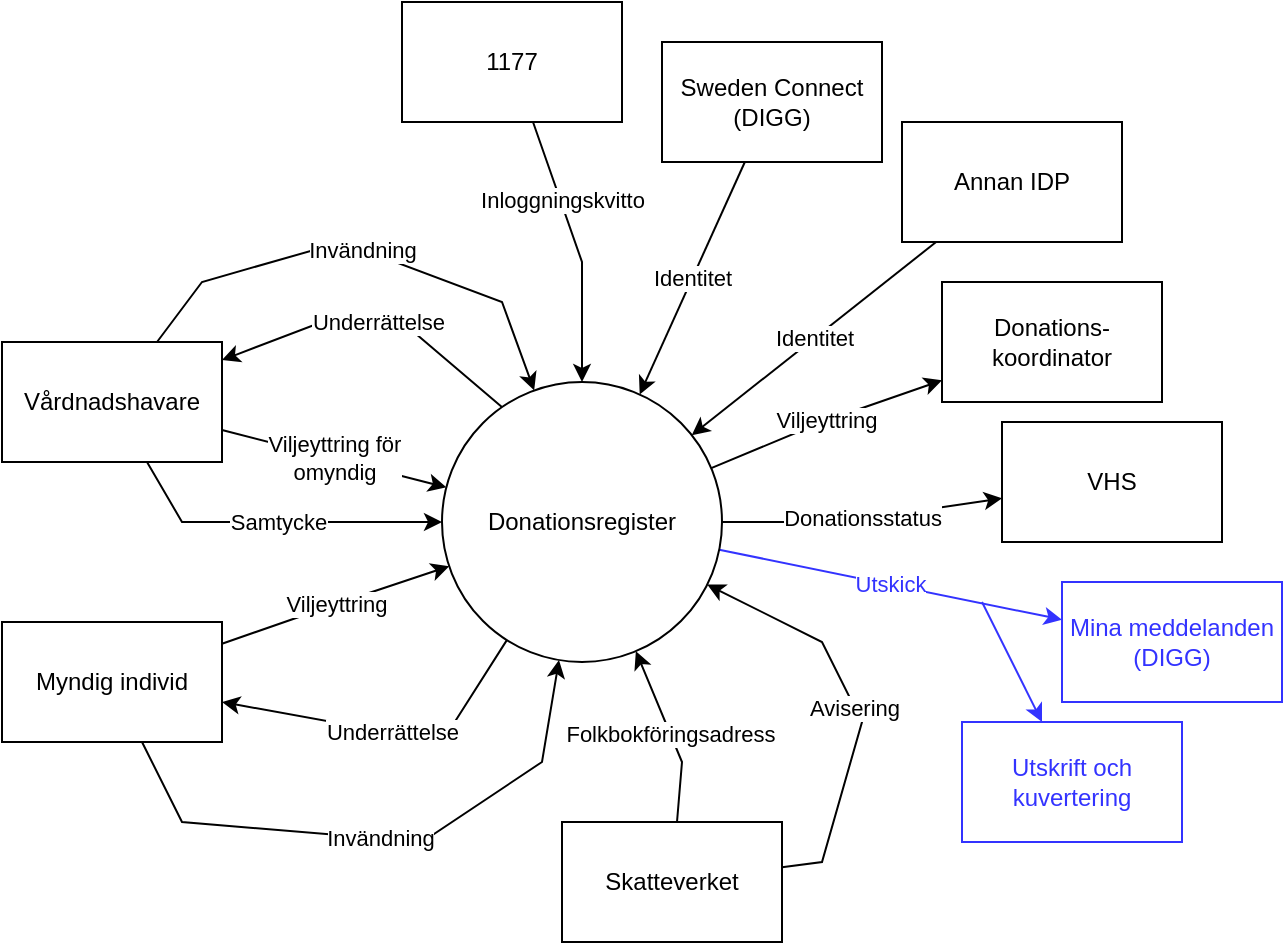
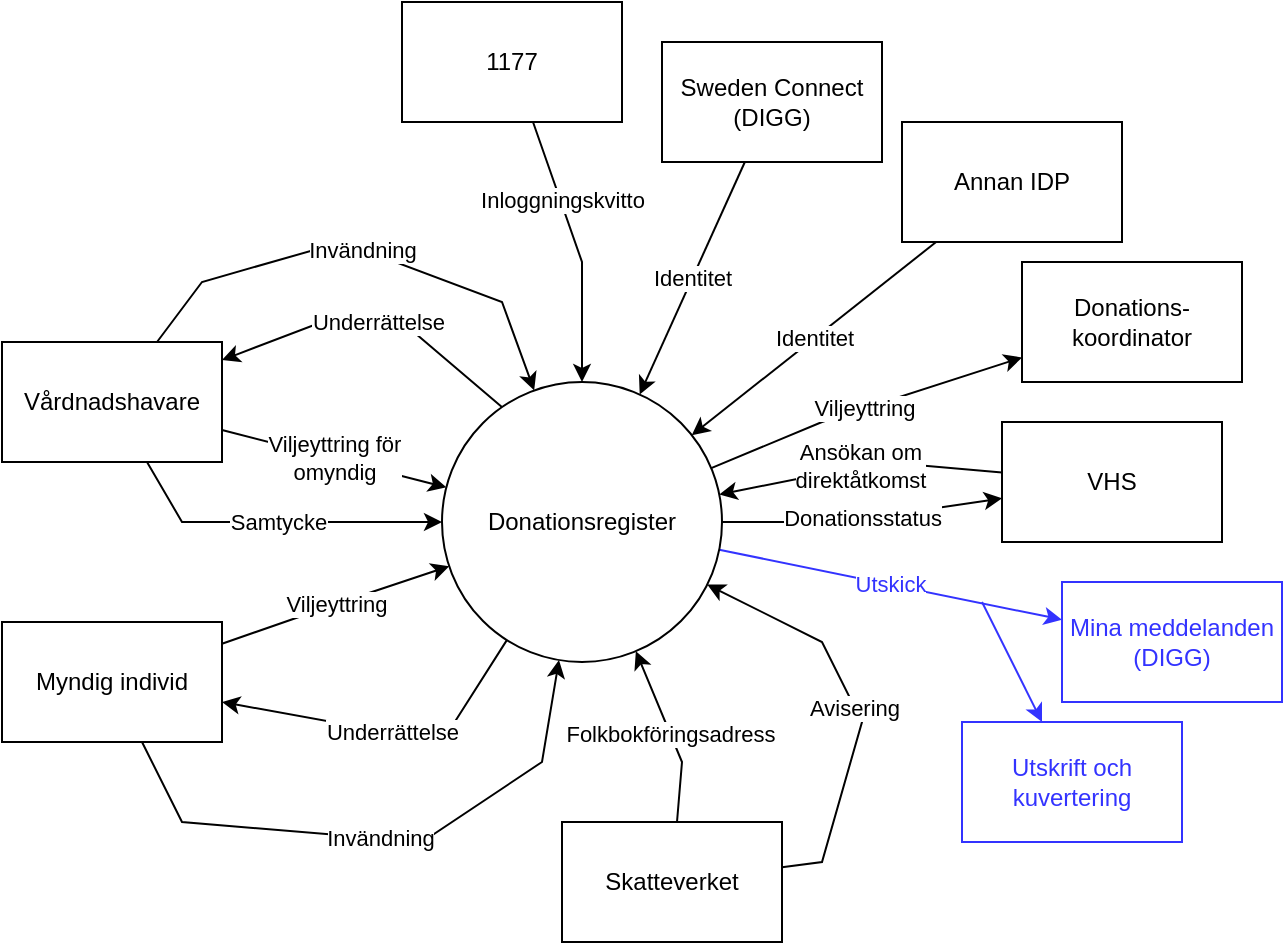
<mxfile host="app.diagrams.net">
  <diagram name="Sida-1" id="F3DC_KPKV7Cfi4B8QXFW">
    <mxGraphModel dx="945" dy="534" grid="1" gridSize="10" guides="1" tooltips="1" connect="1" arrows="1" fold="1" page="1" pageScale="1" pageWidth="1654" pageHeight="1169" math="0" shadow="0">
      <root>
        <mxCell id="0" />
        <mxCell id="1" parent="0" />
        <mxCell id="8-SjN_EHFgN-SorVCnXN-8" edge="1" parent="1" source="8-SjN_EHFgN-SorVCnXN-1" style="edgeStyle=none;shape=connector;rounded=0;orthogonalLoop=1;jettySize=auto;html=1;strokeColor=default;align=center;verticalAlign=middle;fontFamily=Helvetica;fontSize=11;fontColor=default;labelBackgroundColor=default;endArrow=classic;exitX=0.238;exitY=0.11;exitDx=0;exitDy=0;exitPerimeter=0;" target="8-SjN_EHFgN-SorVCnXN-2" value="Underrättelse">
          <mxGeometry relative="1" as="geometry">
            <Array as="points">
              <mxPoint x="270" y="300" />
              <mxPoint x="230" y="300" />
            </Array>
          </mxGeometry>
        </mxCell>
        <mxCell id="8-SjN_EHFgN-SorVCnXN-9" edge="1" parent="1" source="8-SjN_EHFgN-SorVCnXN-1" style="edgeStyle=none;shape=connector;rounded=0;orthogonalLoop=1;jettySize=auto;html=1;strokeColor=default;align=center;verticalAlign=middle;fontFamily=Helvetica;fontSize=11;fontColor=default;labelBackgroundColor=default;endArrow=classic;" target="8-SjN_EHFgN-SorVCnXN-4" value="Underrättelse">
          <mxGeometry relative="1" as="geometry">
            <Array as="points">
              <mxPoint x="290" y="510" />
            </Array>
          </mxGeometry>
        </mxCell>
        <mxCell id="vmO4fVELBJI4xzzginw8-5" edge="1" parent="1" source="8-SjN_EHFgN-SorVCnXN-1" style="edgeStyle=none;shape=connector;rounded=0;orthogonalLoop=1;jettySize=auto;html=1;strokeColor=default;align=center;verticalAlign=middle;fontFamily=Helvetica;fontSize=11;fontColor=default;labelBackgroundColor=default;endArrow=classic;" target="vmO4fVELBJI4xzzginw8-4" value="Donationsstatus">
          <mxGeometry relative="1" as="geometry">
            <Array as="points">
              <mxPoint x="490" y="400" />
            </Array>
          </mxGeometry>
        </mxCell>
        <mxCell id="vmO4fVELBJI4xzzginw8-6" edge="1" parent="1" source="8-SjN_EHFgN-SorVCnXN-1" style="edgeStyle=none;shape=connector;rounded=0;orthogonalLoop=1;jettySize=auto;html=1;strokeColor=default;align=center;verticalAlign=middle;fontFamily=Helvetica;fontSize=11;fontColor=default;labelBackgroundColor=default;endArrow=classic;" target="vmO4fVELBJI4xzzginw8-3" value="Viljeyttring">
          <mxGeometry relative="1" as="geometry">
            <Array as="points">
              <mxPoint x="480" y="350" />
            </Array>
          </mxGeometry>
        </mxCell>
        <mxCell id="vmO4fVELBJI4xzzginw8-18" edge="1" parent="1" source="8-SjN_EHFgN-SorVCnXN-1" style="edgeStyle=none;shape=connector;rounded=0;orthogonalLoop=1;jettySize=auto;html=1;strokeColor=#3333FF;align=center;verticalAlign=middle;fontFamily=Helvetica;fontSize=11;fontColor=#3333FF;labelBackgroundColor=default;endArrow=classic;" target="vmO4fVELBJI4xzzginw8-14" value="Utskick">
          <mxGeometry relative="1" as="geometry" />
        </mxCell>
        <mxCell id="vmO4fVELBJI4xzzginw8-19" edge="1" parent="1" style="edgeStyle=none;shape=connector;rounded=0;orthogonalLoop=1;jettySize=auto;html=1;strokeColor=#3333FF;align=center;verticalAlign=middle;fontFamily=Helvetica;fontSize=11;fontColor=#3333FF;labelBackgroundColor=default;endArrow=classic;" target="vmO4fVELBJI4xzzginw8-17">
          <mxGeometry relative="1" as="geometry">
            <mxPoint x="560" y="440" as="sourcePoint" />
          </mxGeometry>
        </mxCell>
        <mxCell id="8-SjN_EHFgN-SorVCnXN-1" parent="1" style="ellipse;whiteSpace=wrap;html=1;aspect=fixed;" value="Donationsregister" vertex="1">
          <mxGeometry height="140" width="140" x="290" y="330" as="geometry" />
        </mxCell>
        <mxCell id="8-SjN_EHFgN-SorVCnXN-5" edge="1" parent="1" source="8-SjN_EHFgN-SorVCnXN-2" style="rounded=0;orthogonalLoop=1;jettySize=auto;html=1;strokeColor=default;align=center;verticalAlign=middle;fontFamily=Helvetica;fontSize=11;fontColor=default;labelBackgroundColor=default;endArrow=classic;" target="8-SjN_EHFgN-SorVCnXN-1" value="Viljeyttring för&lt;div&gt;omyndig&lt;/div&gt;">
          <mxGeometry relative="1" as="geometry" />
        </mxCell>
        <mxCell id="vmO4fVELBJI4xzzginw8-1" edge="1" parent="1" source="8-SjN_EHFgN-SorVCnXN-2" style="edgeStyle=none;shape=connector;rounded=0;orthogonalLoop=1;jettySize=auto;html=1;strokeColor=default;align=center;verticalAlign=middle;fontFamily=Helvetica;fontSize=11;fontColor=default;labelBackgroundColor=default;endArrow=classic;curved=0;" target="8-SjN_EHFgN-SorVCnXN-1" value="Invändning">
          <mxGeometry relative="1" as="geometry">
            <Array as="points">
              <mxPoint x="170" y="280" />
              <mxPoint x="240" y="260" />
              <mxPoint x="320" y="290" />
            </Array>
          </mxGeometry>
        </mxCell>
        <mxCell id="vmO4fVELBJI4xzzginw8-29" edge="1" parent="1" source="8-SjN_EHFgN-SorVCnXN-2" style="edgeStyle=none;shape=connector;rounded=0;orthogonalLoop=1;jettySize=auto;html=1;strokeColor=default;align=center;verticalAlign=middle;fontFamily=Helvetica;fontSize=11;fontColor=default;labelBackgroundColor=default;endArrow=classic;" target="8-SjN_EHFgN-SorVCnXN-1" value="Samtycke">
          <mxGeometry relative="1" as="geometry">
            <Array as="points">
              <mxPoint x="160" y="400" />
            </Array>
          </mxGeometry>
        </mxCell>
        <mxCell id="8-SjN_EHFgN-SorVCnXN-2" parent="1" style="rounded=0;whiteSpace=wrap;html=1;" value="Vårdnadshavare" vertex="1">
          <mxGeometry height="60" width="110" x="70" y="310" as="geometry" />
        </mxCell>
        <mxCell id="8-SjN_EHFgN-SorVCnXN-7" edge="1" parent="1" source="8-SjN_EHFgN-SorVCnXN-4" style="shape=connector;rounded=0;orthogonalLoop=1;jettySize=auto;html=1;strokeColor=default;align=center;verticalAlign=middle;fontFamily=Helvetica;fontSize=11;fontColor=default;labelBackgroundColor=default;endArrow=classic;" target="8-SjN_EHFgN-SorVCnXN-1" value="Viljeyttring">
          <mxGeometry relative="1" as="geometry">
            <Array as="points">
              <mxPoint x="240" y="440" />
            </Array>
          </mxGeometry>
        </mxCell>
        <mxCell id="vmO4fVELBJI4xzzginw8-2" edge="1" parent="1" source="8-SjN_EHFgN-SorVCnXN-4" style="edgeStyle=none;shape=connector;rounded=0;orthogonalLoop=1;jettySize=auto;html=1;strokeColor=default;align=center;verticalAlign=middle;fontFamily=Helvetica;fontSize=11;fontColor=default;labelBackgroundColor=default;endArrow=classic;" target="8-SjN_EHFgN-SorVCnXN-1" value="Invändning">
          <mxGeometry relative="1" as="geometry">
            <Array as="points">
              <mxPoint x="160" y="550" />
              <mxPoint x="280" y="560" />
              <mxPoint x="340" y="520" />
            </Array>
          </mxGeometry>
        </mxCell>
        <mxCell id="8-SjN_EHFgN-SorVCnXN-4" parent="1" style="rounded=0;whiteSpace=wrap;html=1;" value="Myndig individ" vertex="1">
          <mxGeometry height="60" width="110" x="70" y="450" as="geometry" />
        </mxCell>
        <mxCell id="vmO4fVELBJI4xzzginw8-3" parent="1" style="rounded=0;whiteSpace=wrap;html=1;" value="Donations-&lt;span style=&quot;background-color: transparent; color: light-dark(rgb(0, 0, 0), rgb(255, 255, 255));&quot;&gt;koordinator&lt;/span&gt;" vertex="1">
-           <mxGeometry height="60" width="110" x="540" y="280" as="geometry" />
+           <mxGeometry height="60" width="110" x="580" y="270" as="geometry" />
+         </mxCell>
+         <mxCell id="vmO4fVELBJI4xzzginw8-30" edge="1" parent="1" source="vmO4fVELBJI4xzzginw8-4" style="edgeStyle=none;shape=connector;rounded=0;orthogonalLoop=1;jettySize=auto;html=1;strokeColor=default;align=center;verticalAlign=middle;fontFamily=Helvetica;fontSize=11;fontColor=default;labelBackgroundColor=default;endArrow=classic;" target="8-SjN_EHFgN-SorVCnXN-1" value="Ansökan om&lt;div&gt;direktåtkomst&lt;/div&gt;">
+           <mxGeometry relative="1" as="geometry">
+             <Array as="points">
+               <mxPoint x="510" y="370" />
+             </Array>
+           </mxGeometry>
        </mxCell>
        <mxCell id="vmO4fVELBJI4xzzginw8-4" parent="1" style="rounded=0;whiteSpace=wrap;html=1;" value="VHS" vertex="1">
          <mxGeometry height="60" width="110" x="570" y="350" as="geometry" />
        </mxCell>
        <mxCell id="vmO4fVELBJI4xzzginw8-9" edge="1" parent="1" source="vmO4fVELBJI4xzzginw8-7" style="edgeStyle=none;shape=connector;rounded=0;orthogonalLoop=1;jettySize=auto;html=1;strokeColor=default;align=center;verticalAlign=middle;fontFamily=Helvetica;fontSize=11;fontColor=default;labelBackgroundColor=default;endArrow=classic;" target="8-SjN_EHFgN-SorVCnXN-1" value="Folkbokföringsadress">
          <mxGeometry relative="1" as="geometry">
            <Array as="points">
              <mxPoint x="410" y="520" />
            </Array>
          </mxGeometry>
        </mxCell>
        <mxCell id="vmO4fVELBJI4xzzginw8-16" edge="1" parent="1" source="vmO4fVELBJI4xzzginw8-7" style="edgeStyle=none;shape=connector;rounded=0;orthogonalLoop=1;jettySize=auto;html=1;strokeColor=default;align=center;verticalAlign=middle;fontFamily=Helvetica;fontSize=11;fontColor=default;labelBackgroundColor=default;endArrow=classic;" target="8-SjN_EHFgN-SorVCnXN-1" value="Avisering">
          <mxGeometry relative="1" as="geometry">
            <Array as="points">
              <mxPoint x="480" y="570" />
              <mxPoint x="500" y="500" />
              <mxPoint x="480" y="460" />
            </Array>
          </mxGeometry>
        </mxCell>
        <mxCell id="vmO4fVELBJI4xzzginw8-7" parent="1" style="rounded=0;whiteSpace=wrap;html=1;" value="Skatteverket" vertex="1">
          <mxGeometry height="60" width="110" x="350" y="550" as="geometry" />
        </mxCell>
        <mxCell id="vmO4fVELBJI4xzzginw8-11" edge="1" parent="1" source="vmO4fVELBJI4xzzginw8-10" style="edgeStyle=none;shape=connector;rounded=0;orthogonalLoop=1;jettySize=auto;html=1;strokeColor=default;align=center;verticalAlign=middle;fontFamily=Helvetica;fontSize=11;fontColor=default;labelBackgroundColor=default;endArrow=classic;" target="8-SjN_EHFgN-SorVCnXN-1" value="Identitet">
          <mxGeometry relative="1" as="geometry" />
        </mxCell>
        <mxCell id="vmO4fVELBJI4xzzginw8-10" parent="1" style="rounded=0;whiteSpace=wrap;html=1;" value="Sweden Connect (DIGG)" vertex="1">
          <mxGeometry height="60" width="110" x="400" y="160" as="geometry" />
        </mxCell>
        <mxCell id="vmO4fVELBJI4xzzginw8-13" edge="1" parent="1" source="vmO4fVELBJI4xzzginw8-12" style="edgeStyle=none;shape=connector;rounded=0;orthogonalLoop=1;jettySize=auto;html=1;strokeColor=default;align=center;verticalAlign=middle;fontFamily=Helvetica;fontSize=11;fontColor=default;labelBackgroundColor=default;endArrow=classic;" target="8-SjN_EHFgN-SorVCnXN-1" value="Identitet">
          <mxGeometry relative="1" as="geometry" />
        </mxCell>
        <mxCell id="vmO4fVELBJI4xzzginw8-12" parent="1" style="rounded=0;whiteSpace=wrap;html=1;" value="Annan IDP" vertex="1">
          <mxGeometry height="60" width="110" x="520" y="200" as="geometry" />
        </mxCell>
        <mxCell id="vmO4fVELBJI4xzzginw8-14" parent="1" style="rounded=0;whiteSpace=wrap;html=1;strokeColor=#3333FF;fontColor=#3333FF;" value="Mina meddelanden (DIGG)" vertex="1">
          <mxGeometry height="60" width="110" x="600" y="430" as="geometry" />
        </mxCell>
        <mxCell id="vmO4fVELBJI4xzzginw8-17" parent="1" style="rounded=0;whiteSpace=wrap;html=1;strokeColor=#3333FF;fontColor=#3333FF;" value="Utskrift och kuvertering" vertex="1">
          <mxGeometry height="60" width="110" x="550" y="500" as="geometry" />
        </mxCell>
        <mxCell id="vmO4fVELBJI4xzzginw8-22" edge="1" parent="1" source="vmO4fVELBJI4xzzginw8-21" style="edgeStyle=none;shape=connector;rounded=0;orthogonalLoop=1;jettySize=auto;html=1;strokeColor=default;align=center;verticalAlign=middle;fontFamily=Helvetica;fontSize=11;fontColor=default;labelBackgroundColor=default;endArrow=classic;" target="8-SjN_EHFgN-SorVCnXN-1" value="&lt;span data-path-to-node=&quot;0&quot; data-index-in-node=&quot;24&quot;&gt;Inloggningskvitto&lt;/span&gt;">
          <mxGeometry relative="1" x="-0.3658" as="geometry">
            <mxPoint y="-1" as="offset" />
            <Array as="points">
              <mxPoint x="360" y="270" />
            </Array>
          </mxGeometry>
        </mxCell>
        <mxCell id="vmO4fVELBJI4xzzginw8-21" parent="1" style="rounded=0;whiteSpace=wrap;html=1;" value="1177" vertex="1">
          <mxGeometry height="60" width="110" x="270" y="140" as="geometry" />
        </mxCell>
      </root>
    </mxGraphModel>
  </diagram>
</mxfile>
